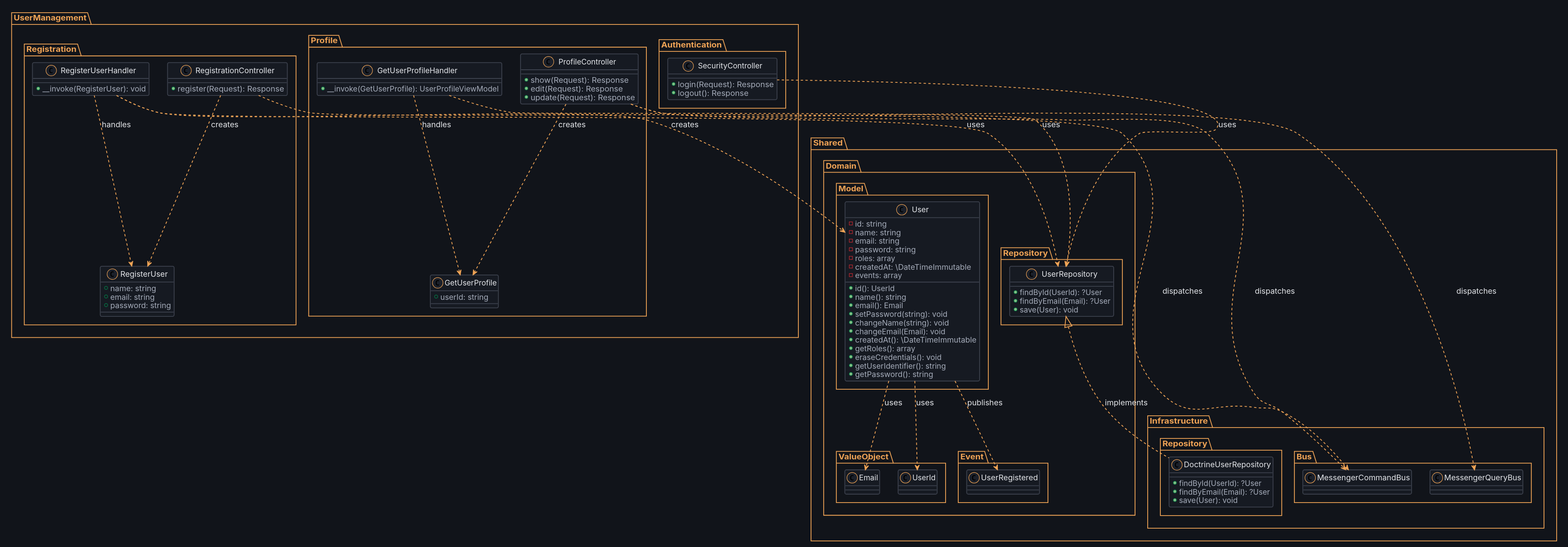
This is public/images/diagrams/7_examples/users/diagram.svg from MichalKatuscak/ddd-v-symfony, a PlantUML export, as it was before one commit. Source of this version:
```plantuml
@startuml diagram
skinparam dpi 150
skinparam backgroundColor #11141A
skinparam shadowing false
skinparam roundCorner 6

skinparam defaultFontName "DejaVu Sans"
skinparam defaultFontSize 14
skinparam defaultFontColor #E6E8EC
skinparam defaultTextAlignment center


skinparam ArrowColor #F0A456
skinparam ArrowFontColor #E6E8EC
skinparam ArrowThickness 1.5

skinparam node {
  BackgroundColor #161A22
  BorderColor #3D424E
  FontColor #E6E8EC
}

skinparam component {
  BackgroundColor #161A22
  BorderColor #3D424E
  FontColor #E6E8EC
}

skinparam rectangle {
  BackgroundColor #161A22
  BorderColor #3D424E
  FontColor #E6E8EC
}

skinparam package {
  BackgroundColor #11141A
  BorderColor #F0A456
  FontColor #F0A456
}

skinparam folder {
  BackgroundColor #161A22
  BorderColor #3D424E
  FontColor #E6E8EC
}

skinparam frame {
  BackgroundColor #161A22
  BorderColor #3D424E
  FontColor #E6E8EC
}

skinparam database {
  BackgroundColor #1B202A
  BorderColor #3D424E
  FontColor #E6E8EC
}

skinparam queue {
  BackgroundColor #1B202A
  BorderColor #3D424E
  FontColor #E6E8EC
}

skinparam cloud {
  BackgroundColor #1B202A
  BorderColor #3D424E
  FontColor #E6E8EC
}

skinparam actor {
  BackgroundColor #161A22
  BorderColor #F0A456
  FontColor #E6E8EC
}

skinparam usecase {
  BackgroundColor #161A22
  BorderColor #3D424E
  FontColor #E6E8EC
}

skinparam class {
  BackgroundColor #161A22
  BorderColor #3D424E
  HeaderBackgroundColor #1B202A
  ArrowColor #F0A456
  FontColor #E6E8EC
  AttributeFontColor #A6ADBB
  StereotypeFontColor #F0A456
}

skinparam object {
  BackgroundColor #161A22
  BorderColor #3D424E
  FontColor #E6E8EC
}

skinparam sequence {
  ParticipantBackgroundColor #161A22
  ParticipantBorderColor #3D424E
  ParticipantFontColor #E6E8EC
  ActorBackgroundColor #161A22
  ActorBorderColor #F0A456
  ActorFontColor #E6E8EC
  LifeLineBorderColor #3D424E
  LifeLineBackgroundColor #1B202A
  ArrowColor #F0A456
  ArrowFontColor #E6E8EC
  GroupBackgroundColor #1B202A
  GroupBorderColor #3D424E
  GroupFontColor #A6ADBB
  GroupHeaderFontColor #F0A456
  BoxBackgroundColor #11141A
  BoxBorderColor #F0A456
  BoxFontColor #F0A456
  DividerBackgroundColor #1B202A
  DividerBorderColor #3D424E
  DividerFontColor #A6ADBB
  ReferenceBackgroundColor #161A22
  ReferenceBorderColor #3D424E
  ReferenceFontColor #E6E8EC
  ReferenceHeaderBackgroundColor #1B202A
  StereotypeFontColor #F0A456
}

skinparam state {
  BackgroundColor #161A22
  BorderColor #3D424E
  FontColor #E6E8EC
  StartColor #F0A456
  EndColor #F0A456
  ArrowColor #F0A456
  AttributeFontColor #A6ADBB
}

skinparam activity {
  BackgroundColor #161A22
  BorderColor #3D424E
  FontColor #E6E8EC
  ArrowColor #F0A456
  StartColor #F0A456
  EndColor #F0A456
  BarColor #F0A456
  DiamondBackgroundColor #1B202A
  DiamondBorderColor #3D424E
  DiamondFontColor #E6E8EC
}

skinparam note {
  BackgroundColor #1B202A
  BorderColor #3D424E
  FontColor #A6ADBB
}

skinparam title {
  FontColor #E6E8EC
  FontSize 18
}

skinparam legend {
  BackgroundColor #161A22
  BorderColor #3D424E
  FontColor #A6ADBB
}

skinparam caption {
  FontColor #A6ADBB
}

skinparam stereotype {
  CBackgroundColor #1B202A
  CBorderColor #F0A456
  ABackgroundColor #1B202A
  ABorderColor #F0A456
  IBackgroundColor #1B202A
  IBorderColor #F0A456
  EBackgroundColor #1B202A
  EBorderColor #F0A456
}


package "UserManagement" as UserManagement {
  package "Registration" as Registration {
    class "RegisterUser" as RegisterUserCommand {
      + name: string
      + email: string
      + password: string
    }

    class "RegisterUserHandler" as RegisterUserHandler {
      + __invoke(RegisterUser): void
    }

    class "RegistrationController" as RegistrationController {
      + register(Request): Response
    }
  }

  package "Authentication" as Authentication {
    class "SecurityController" as SecurityController {
      + login(Request): Response
      + logout(): Response
    }
  }

  package "Profile" as Profile {
    class "GetUserProfile" as GetUserProfileQuery {
      + userId: string
    }

    class "GetUserProfileHandler" as GetUserProfileHandler {
      + __invoke(GetUserProfile): UserProfileViewModel
    }

    class "ProfileController" as ProfileController {
      + show(Request): Response
      + edit(Request): Response
      + update(Request): Response
    }
  }
}

package "Shared" as Shared {
  package "Domain" as SharedDomain {
    package "Model" as SharedModel {
      class "User" as UserEntity {
        - id: string
        - name: string
        - email: string
        - password: string
        - roles: array
        - createdAt: \DateTimeImmutable
        - events: array
        + id(): UserId
        + name(): string
        + email(): Email
        + setPassword(string): void
        + changeName(string): void
        + changeEmail(Email): void
        + createdAt(): \DateTimeImmutable
        + getRoles(): array
        + eraseCredentials(): void
        + getUserIdentifier(): string
        + getPassword(): string
      }
    }

    package "ValueObject" as SharedValueObject {
      class "UserId" as UserIdVO
      class "Email" as EmailVO
    }

    package "Event" as SharedEvent {
      class "UserRegistered" as UserRegisteredEvent
    }

    package "Repository" as SharedRepository {
      class "UserRepository" as UserRepositoryInterface {
        + findById(UserId): ?User
        + findByEmail(Email): ?User
        + save(User): void
      }
    }
  }

  package "Infrastructure" as SharedInfrastructure {
    package "Repository" as SharedInfraRepo {
      class "DoctrineUserRepository" as DoctrineUserRepo {
        + findById(UserId): ?User
        + findByEmail(Email): ?User
        + save(User): void
      }
    }

    package "Bus" as SharedBus {
      class "MessengerCommandBus" as CommandBus
      class "MessengerQueryBus" as QueryBus
    }
  }
}

UserEntity ..> UserIdVO : uses
UserEntity ..> EmailVO : uses
UserEntity ..> UserRegisteredEvent : publishes

UserRepositoryInterface <|.. DoctrineUserRepo : implements

RegisterUserHandler ..> UserRepositoryInterface : uses
RegisterUserHandler ..> UserEntity : creates
RegisterUserHandler ..> RegisterUserCommand : handles

GetUserProfileHandler ..> UserRepositoryInterface : uses
GetUserProfileHandler ..> GetUserProfileQuery : handles

RegistrationController ..> RegisterUserCommand : creates
RegistrationController ..> CommandBus : dispatches

ProfileController ..> GetUserProfileQuery : creates
ProfileController ..> CommandBus : dispatches
ProfileController ..> QueryBus : dispatches

SecurityController ..> UserRepositoryInterface : uses

@enduml
```
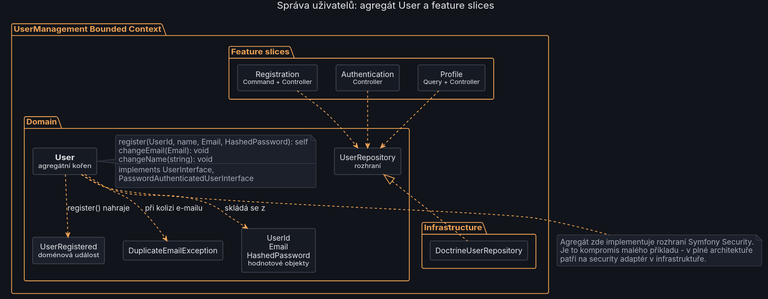
Above is the later version.

Change to the diagram source:
```diff
@@ -179,127 +179,52 @@
   EBorderColor #F0A456
 }
 
+title Správa uživatelů: agregát User a feature slices
 
-package "UserManagement" as UserManagement {
-  package "Registration" as Registration {
-    class "RegisterUser" as RegisterUserCommand {
-      + name: string
-      + email: string
-      + password: string
-    }
+package "UserManagement Bounded Context" as UM {
 
-    class "RegisterUserHandler" as RegisterUserHandler {
-      + __invoke(RegisterUser): void
-    }
+  package "Domain" as Domain {
+    rectangle "**User**\n<size:12>agregátní kořen</size>" as User
+    note right of User
+      register(UserId, name, Email, HashedPassword): self
+      changeEmail(Email): void
+      changeName(string): void
+      --
+      implements UserInterface,
+      PasswordAuthenticatedUserInterface
+    end note
 
-    class "RegistrationController" as RegistrationController {
-      + register(Request): Response
-    }
+    rectangle "UserId\nEmail\nHashedPassword\n<size:12>hodnotové objekty</size>" as VOs
+    rectangle "UserRegistered\n<size:12>doménová událost</size>" as Event #1B202A
+    rectangle "DuplicateEmailException" as Ex
+    rectangle "UserRepository\n<size:12>rozhraní</size>" as Repo
   }
 
-  package "Authentication" as Authentication {
-    class "SecurityController" as SecurityController {
-      + login(Request): Response
-      + logout(): Response
-    }
+  package "Infrastructure" as Infra {
+    rectangle "DoctrineUserRepository" as DoctrineRepo
   }
 
-  package "Profile" as Profile {
-    class "GetUserProfile" as GetUserProfileQuery {
-      + userId: string
-    }
-
-    class "GetUserProfileHandler" as GetUserProfileHandler {
-      + __invoke(GetUserProfile): UserProfileViewModel
-    }
-
-    class "ProfileController" as ProfileController {
-      + show(Request): Response
-      + edit(Request): Response
-      + update(Request): Response
-    }
+  package "Feature slices" as Slices {
+    rectangle "Registration\n<size:11>Command + Controller</size>" as S1
+    rectangle "Authentication\n<size:11>Controller</size>" as S2
+    rectangle "Profile\n<size:11>Query + Controller</size>" as S3
   }
 }
 
-package "Shared" as Shared {
-  package "Domain" as SharedDomain {
-    package "Model" as SharedModel {
-      class "User" as UserEntity {
-        - id: string
-        - name: string
-        - email: string
-        - password: string
-        - roles: array
-        - createdAt: \DateTimeImmutable
-        - events: array
-        + id(): UserId
-        + name(): string
-        + email(): Email
-        + setPassword(string): void
-        + changeName(string): void
-        + changeEmail(Email): void
-        + createdAt(): \DateTimeImmutable
-        + getRoles(): array
-        + eraseCredentials(): void
-        + getUserIdentifier(): string
-        + getPassword(): string
-      }
-    }
+User ..> VOs : skládá se z
+User ..> Event : register() nahraje
+User ..> Ex : při kolizi e-mailu
 
-    package "ValueObject" as SharedValueObject {
-      class "UserId" as UserIdVO
-      class "Email" as EmailVO
-    }
+Repo <|.. DoctrineRepo
 
-    package "Event" as SharedEvent {
-      class "UserRegistered" as UserRegisteredEvent
-    }
+S1 ..> Repo
+S2 ..> Repo
+S3 ..> Repo
 
-    package "Repository" as SharedRepository {
-      class "UserRepository" as UserRepositoryInterface {
-        + findById(UserId): ?User
-        + findByEmail(Email): ?User
-        + save(User): void
-      }
-    }
-  }
-
-  package "Infrastructure" as SharedInfrastructure {
-    package "Repository" as SharedInfraRepo {
-      class "DoctrineUserRepository" as DoctrineUserRepo {
-        + findById(UserId): ?User
-        + findByEmail(Email): ?User
-        + save(User): void
-      }
-    }
-
-    package "Bus" as SharedBus {
-      class "MessengerCommandBus" as CommandBus
-      class "MessengerQueryBus" as QueryBus
-    }
-  }
-}
-
-UserEntity ..> UserIdVO : uses
-UserEntity ..> EmailVO : uses
-UserEntity ..> UserRegisteredEvent : publishes
-
-UserRepositoryInterface <|.. DoctrineUserRepo : implements
-
-RegisterUserHandler ..> UserRepositoryInterface : uses
-RegisterUserHandler ..> UserEntity : creates
-RegisterUserHandler ..> RegisterUserCommand : handles
-
-GetUserProfileHandler ..> UserRepositoryInterface : uses
-GetUserProfileHandler ..> GetUserProfileQuery : handles
-
-RegistrationController ..> RegisterUserCommand : creates
-RegistrationController ..> CommandBus : dispatches
-
-ProfileController ..> GetUserProfileQuery : creates
-ProfileController ..> CommandBus : dispatches
-ProfileController ..> QueryBus : dispatches
-
-SecurityController ..> UserRepositoryInterface : uses
+note bottom of User
+  Agregát zde implementuje rozhraní Symfony Security.
+  Je to kompromis malého příkladu - v plné architektuře
+  patří na security adaptér v infrastruktuře.
+end note
 
 @enduml
```
